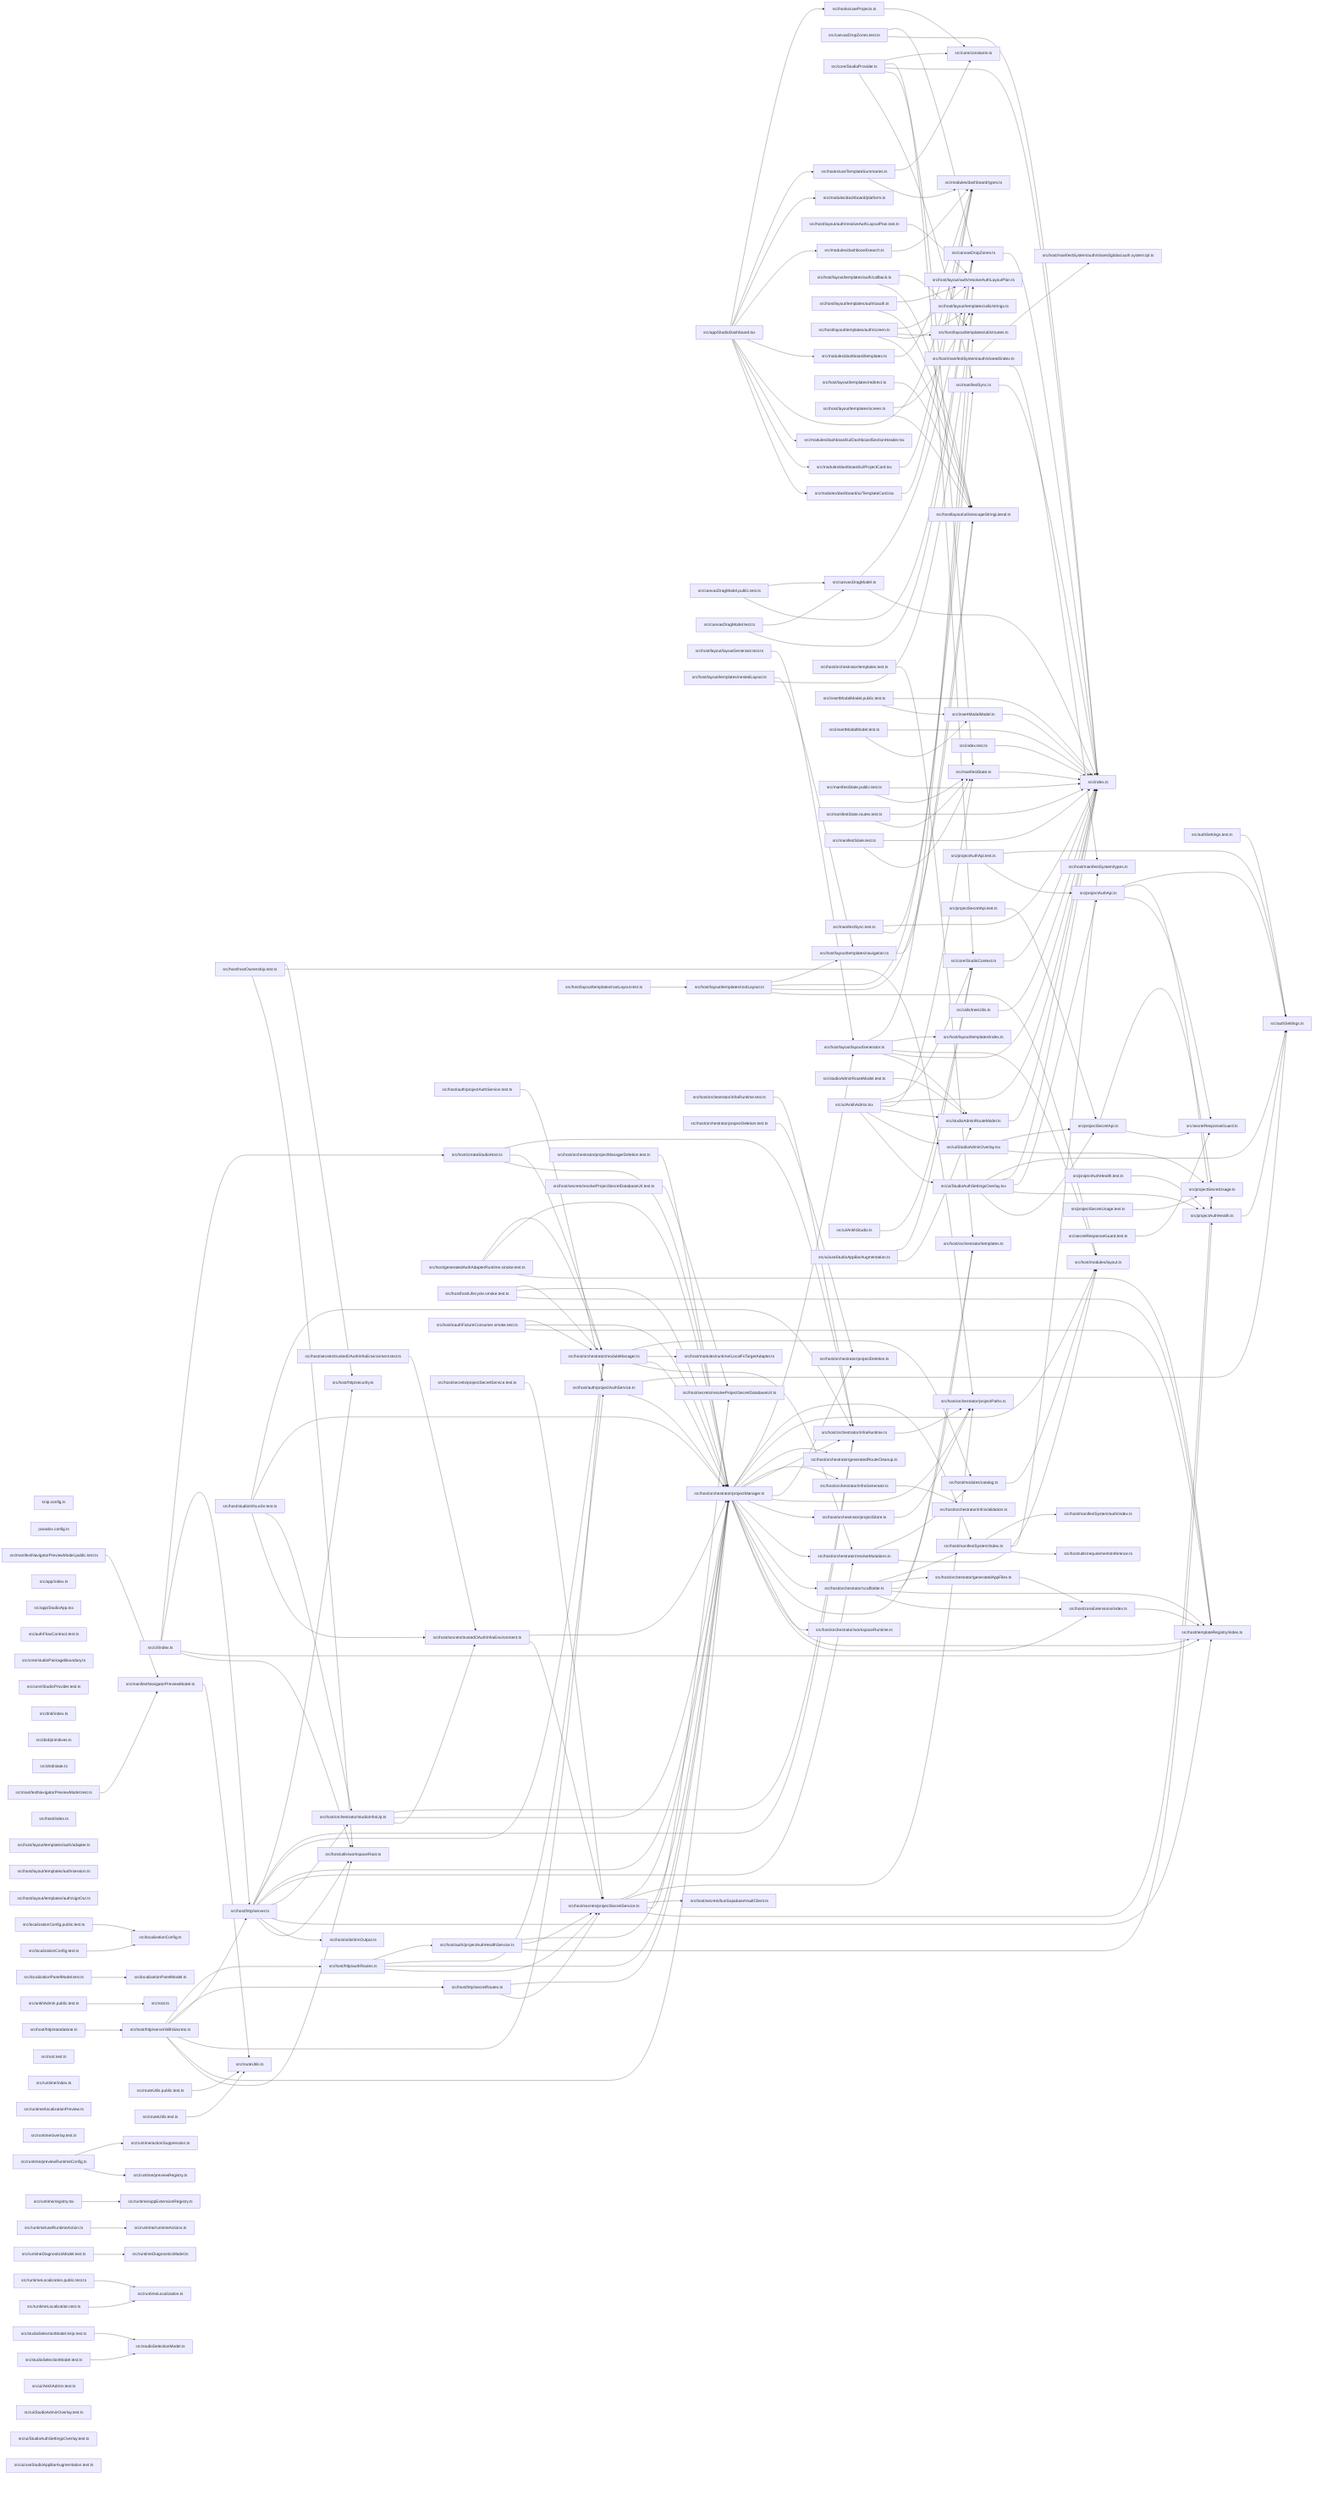
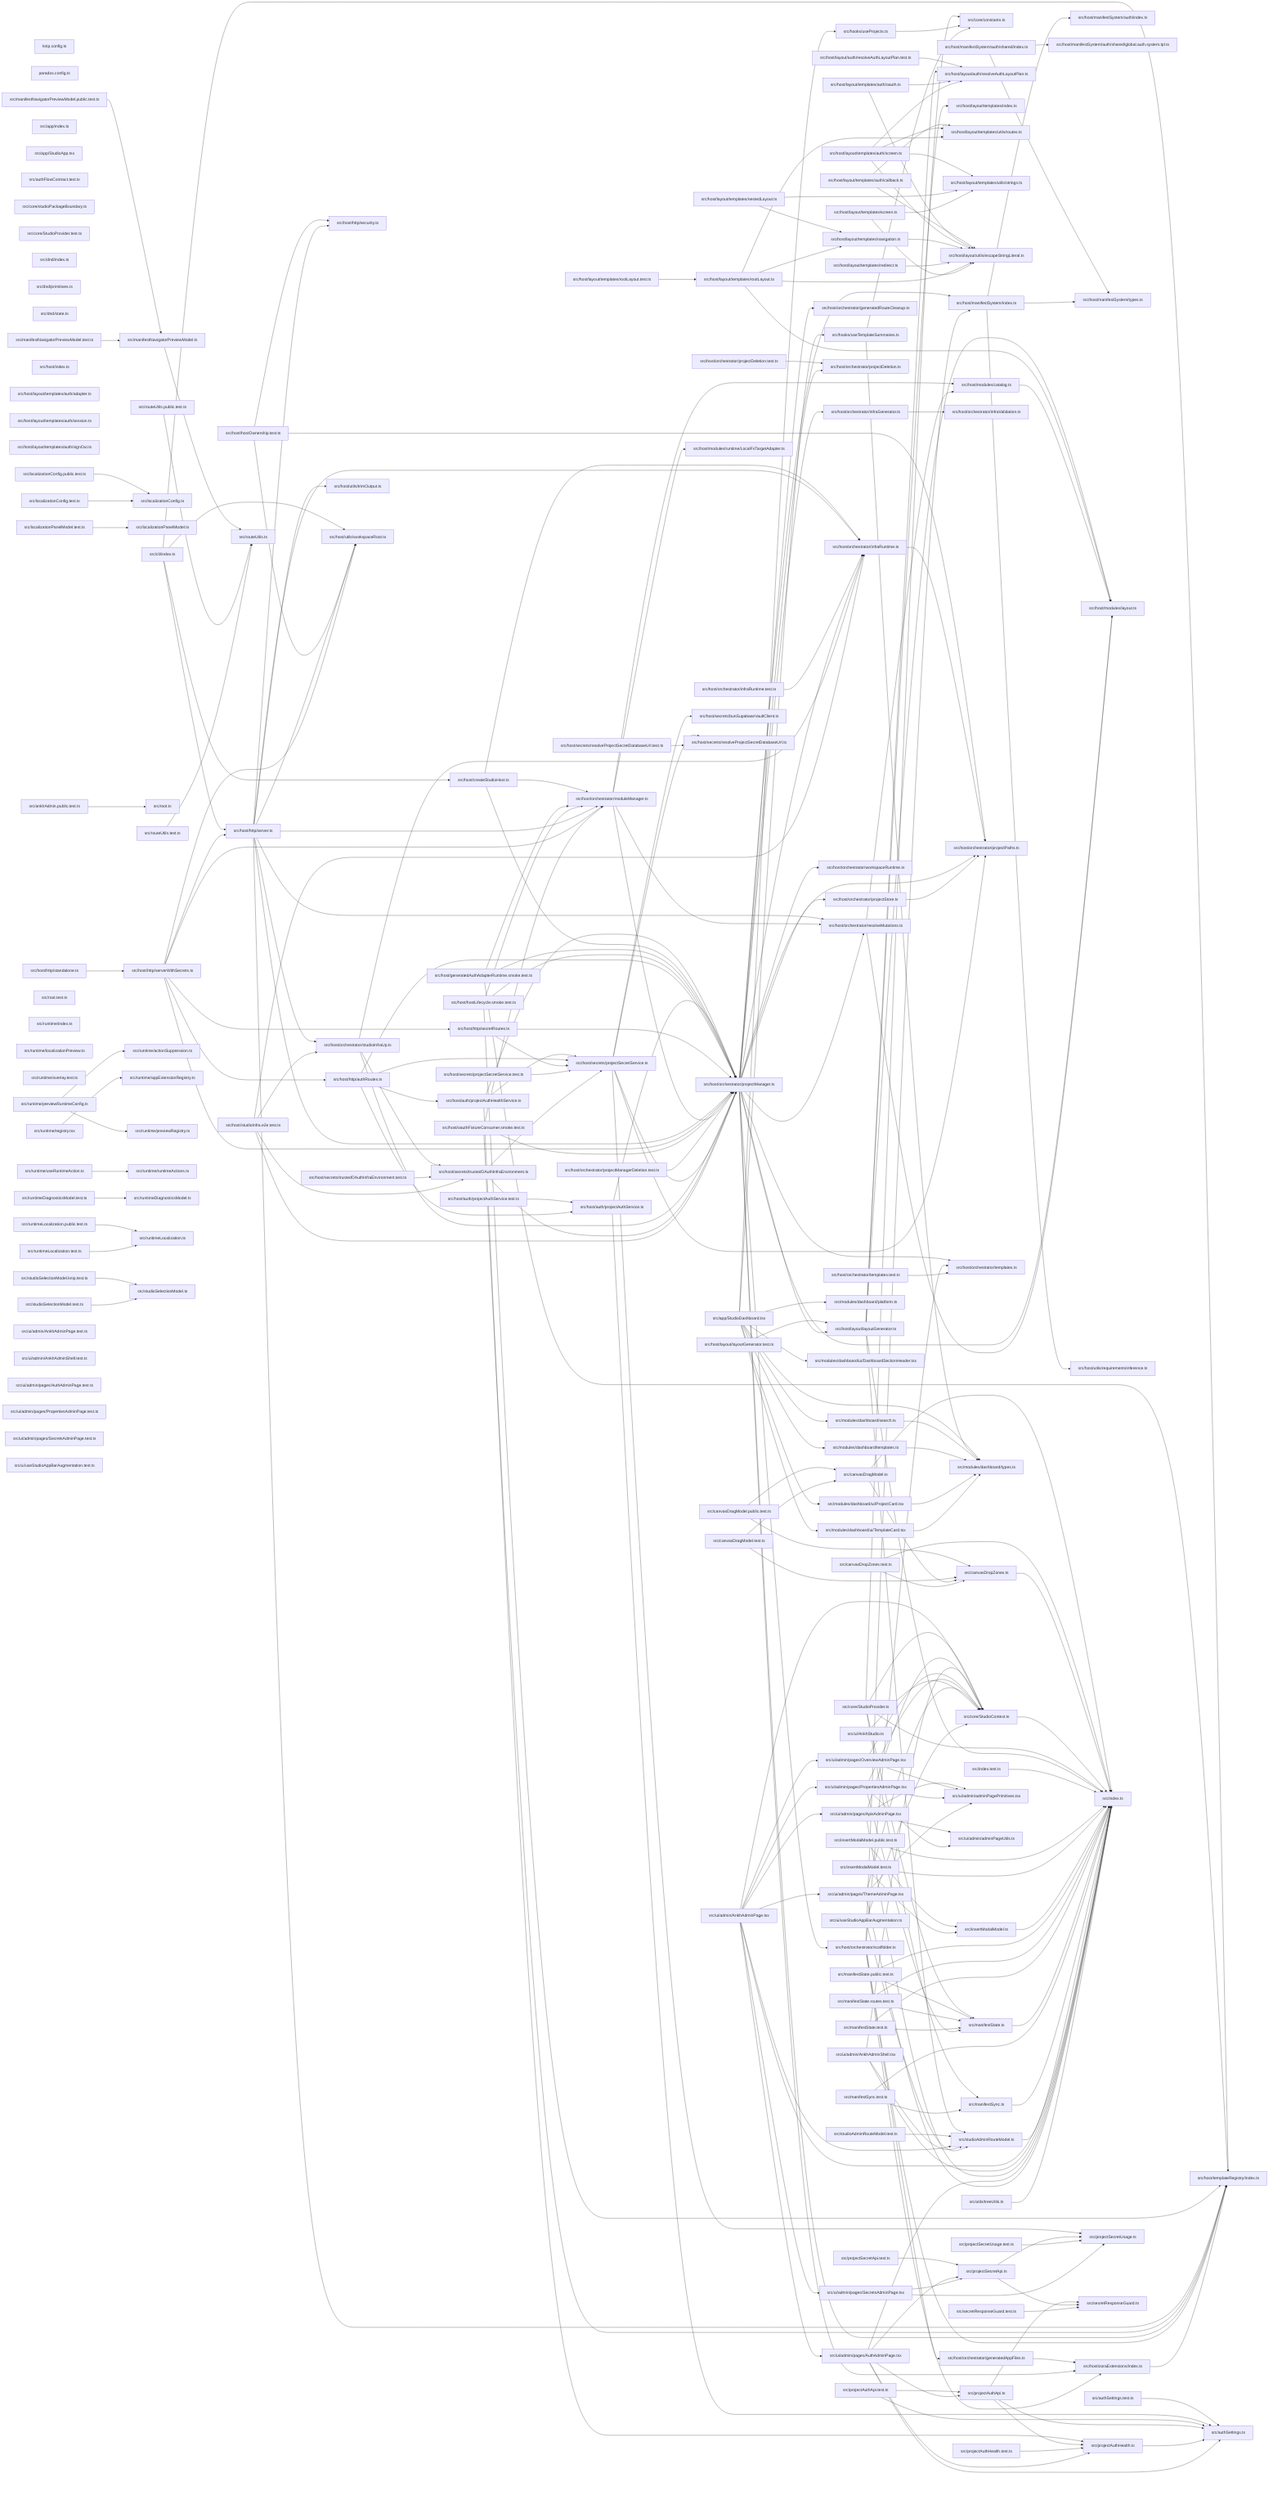
graph LR
  module_knip_config_ts["knip.config.ts"]
  module_paradox_config_ts["paradox.config.ts"]
  module_src_ankhAdmin_public_test_ts["src/ankhAdmin.public.test.ts"]
  module_src_app_index_ts["src/app/index.ts"]
  module_src_app_StudioApp_tsx["src/app/StudioApp.tsx"]
  module_src_app_StudioDashboard_tsx["src/app/StudioDashboard.tsx"]
  module_src_authFlowContract_test_ts["src/authFlowContract.test.ts"]
  module_src_authSettings_test_ts["src/authSettings.test.ts"]
  module_src_authSettings_ts["src/authSettings.ts"]
  module_src_canvasDragModel_public_test_ts["src/canvasDragModel.public.test.ts"]
  module_src_canvasDragModel_test_ts["src/canvasDragModel.test.ts"]
  module_src_canvasDragModel_ts["src/canvasDragModel.ts"]
  module_src_canvasDropZones_test_ts["src/canvasDropZones.test.ts"]
  module_src_canvasDropZones_ts["src/canvasDropZones.ts"]
  module_src_cli_index_ts["src/cli/index.ts"]
  module_src_core_constants_ts["src/core/constants.ts"]
  module_src_core_StudioContext_ts["src/core/StudioContext.ts"]
  module_src_core_studioPackageBoundary_ts["src/core/studioPackageBoundary.ts"]
  module_src_core_StudioProvider_test_ts["src/core/StudioProvider.test.ts"]
  module_src_core_StudioProvider_ts["src/core/StudioProvider.ts"]
  module_src_dnd_index_ts["src/dnd/index.ts"]
  module_src_dnd_primitives_ts["src/dnd/primitives.ts"]
  module_src_dnd_state_ts["src/dnd/state.ts"]
  module_src_hooks_useProjects_ts["src/hooks/useProjects.ts"]
  module_src_hooks_useTemplateSummaries_ts["src/hooks/useTemplateSummaries.ts"]
  module_src_host_auth_projectAuthHealthService_ts["src/host/auth/projectAuthHealthService.ts"]
  module_src_host_auth_projectAuthService_test_ts["src/host/auth/projectAuthService.test.ts"]
  module_src_host_auth_projectAuthService_ts["src/host/auth/projectAuthService.ts"]
  module_src_host_createStudioHost_ts["src/host/createStudioHost.ts"]
  module_src_host_generatedAuthAdapterRuntime_smoke_test_ts["src/host/generatedAuthAdapterRuntime.smoke.test.ts"]
  module_src_host_hostLifecycle_smoke_test_ts["src/host/hostLifecycle.smoke.test.ts"]
  module_src_host_hostOwnership_test_ts["src/host/hostOwnership.test.ts"]
  module_src_host_http_authRoutes_ts["src/host/http/authRoutes.ts"]
  module_src_host_http_secretRoutes_ts["src/host/http/secretRoutes.ts"]
  module_src_host_http_security_ts["src/host/http/security.ts"]
  module_src_host_http_server_ts["src/host/http/server.ts"]
  module_src_host_http_serverWithSecrets_ts["src/host/http/serverWithSecrets.ts"]
  module_src_host_http_standalone_ts["src/host/http/standalone.ts"]
  module_src_host_index_ts["src/host/index.ts"]
  module_src_host_layout_auth_resolveAuthLayoutPlan_test_ts["src/host/layout/auth/resolveAuthLayoutPlan.test.ts"]
  module_src_host_layout_auth_resolveAuthLayoutPlan_ts["src/host/layout/auth/resolveAuthLayoutPlan.ts"]
  module_src_host_layout_layoutGenerator_test_ts["src/host/layout/layoutGenerator.test.ts"]
  module_src_host_layout_layoutGenerator_ts["src/host/layout/layoutGenerator.ts"]
  module_src_host_layout_templates_auth_adapter_ts["src/host/layout/templates/auth/adapter.ts"]
  module_src_host_layout_templates_auth_callback_ts["src/host/layout/templates/auth/callback.ts"]
  module_src_host_layout_templates_auth_oauth_ts["src/host/layout/templates/auth/oauth.ts"]
  module_src_host_layout_templates_auth_screen_ts["src/host/layout/templates/auth/screen.ts"]
  module_src_host_layout_templates_auth_session_ts["src/host/layout/templates/auth/session.ts"]
  module_src_host_layout_templates_auth_signOut_ts["src/host/layout/templates/auth/signOut.ts"]
  module_src_host_layout_templates_index_ts["src/host/layout/templates/index.ts"]
  module_src_host_layout_templates_navigation_ts["src/host/layout/templates/navigation.ts"]
  module_src_host_layout_templates_nestedLayout_ts["src/host/layout/templates/nestedLayout.ts"]
  module_src_host_layout_templates_redirect_ts["src/host/layout/templates/redirect.ts"]
  module_src_host_layout_templates_rootLayout_test_ts["src/host/layout/templates/rootLayout.test.ts"]
  module_src_host_layout_templates_rootLayout_ts["src/host/layout/templates/rootLayout.ts"]
  module_src_host_layout_templates_screen_ts["src/host/layout/templates/screen.ts"]
  module_src_host_layout_templates_utils_routes_ts["src/host/layout/templates/utils/routes.ts"]
  module_src_host_layout_templates_utils_strings_ts["src/host/layout/templates/utils/strings.ts"]
  module_src_host_layout_utils_escapeStringLiteral_ts["src/host/layout/utils/escapeStringLiteral.ts"]
  module_src_host_manifestSystem_auth_index_ts["src/host/manifestSystem/auth/index.ts"]
  module_src_host_manifestSystem_auth_shared_global_auth_system_tpl_ts["src/host/manifestSystem/auth/shared/global.auth.system.tpl.ts"]
  module_src_host_manifestSystem_auth_shared_index_ts["src/host/manifestSystem/auth/shared/index.ts"]
  module_src_host_manifestSystem_index_ts["src/host/manifestSystem/index.ts"]
  module_src_host_manifestSystem_types_ts["src/host/manifestSystem/types.ts"]
  module_src_host_modules_catalog_ts["src/host/modules/catalog.ts"]
  module_src_host_modules_layout_ts["src/host/modules/layout.ts"]
  module_src_host_modules_runtime_LocalFsTargetAdapter_ts["src/host/modules/runtime/LocalFsTargetAdapter.ts"]
  module_src_host_oauthFixtureConsumer_smoke_test_ts["src/host/oauthFixtureConsumer.smoke.test.ts"]
  module_src_host_orchestrator_generatedAppFiles_ts["src/host/orchestrator/generatedAppFiles.ts"]
  module_src_host_orchestrator_generatedRouteCleanup_ts["src/host/orchestrator/generatedRouteCleanup.ts"]
  module_src_host_orchestrator_infraGenerator_ts["src/host/orchestrator/infraGenerator.ts"]
  module_src_host_orchestrator_infraRuntime_test_ts["src/host/orchestrator/infraRuntime.test.ts"]
  module_src_host_orchestrator_infraRuntime_ts["src/host/orchestrator/infraRuntime.ts"]
  module_src_host_orchestrator_infraValidation_ts["src/host/orchestrator/infraValidation.ts"]
  module_src_host_orchestrator_moduleManager_ts["src/host/orchestrator/moduleManager.ts"]
  module_src_host_orchestrator_projectDeletion_test_ts["src/host/orchestrator/projectDeletion.test.ts"]
  module_src_host_orchestrator_projectDeletion_ts["src/host/orchestrator/projectDeletion.ts"]
  module_src_host_orchestrator_projectManager_ts["src/host/orchestrator/projectManager.ts"]
  module_src_host_orchestrator_projectManagerDeletion_test_ts["src/host/orchestrator/projectManagerDeletion.test.ts"]
  module_src_host_orchestrator_projectPaths_ts["src/host/orchestrator/projectPaths.ts"]
  module_src_host_orchestrator_projectStore_ts["src/host/orchestrator/projectStore.ts"]
  module_src_host_orchestrator_resolveMutations_ts["src/host/orchestrator/resolveMutations.ts"]
  module_src_host_orchestrator_scaffolder_ts["src/host/orchestrator/scaffolder.ts"]
  module_src_host_orchestrator_studioInfraUp_ts["src/host/orchestrator/studioInfraUp.ts"]
  module_src_host_orchestrator_templates_test_ts["src/host/orchestrator/templates.test.ts"]
  module_src_host_orchestrator_templates_ts["src/host/orchestrator/templates.ts"]
  module_src_host_orchestrator_workspaceRuntime_ts["src/host/orchestrator/workspaceRuntime.ts"]
  module_src_host_secrets_bunSupabaseVaultClient_ts["src/host/secrets/bunSupabaseVaultClient.ts"]
  module_src_host_secrets_projectSecretService_test_ts["src/host/secrets/projectSecretService.test.ts"]
  module_src_host_secrets_projectSecretService_ts["src/host/secrets/projectSecretService.ts"]
  module_src_host_secrets_resolveProjectSecretDatabaseUrl_test_ts["src/host/secrets/resolveProjectSecretDatabaseUrl.test.ts"]
  module_src_host_secrets_resolveProjectSecretDatabaseUrl_ts["src/host/secrets/resolveProjectSecretDatabaseUrl.ts"]
  module_src_host_secrets_trustedOAuthInfraEnvironment_test_ts["src/host/secrets/trustedOAuthInfraEnvironment.test.ts"]
  module_src_host_secrets_trustedOAuthInfraEnvironment_ts["src/host/secrets/trustedOAuthInfraEnvironment.ts"]
  module_src_host_studioInfra_e2e_test_ts["src/host/studioInfra.e2e.test.ts"]
  module_src_host_templateRegistry_index_ts["src/host/templateRegistry/index.ts"]
  module_src_host_utils_requirementsInference_ts["src/host/utils/requirementsInference.ts"]
  module_src_host_utils_trimOutput_ts["src/host/utils/trimOutput.ts"]
  module_src_host_utils_workspaceRoot_ts["src/host/utils/workspaceRoot.ts"]
  module_src_host_zoraExtensions_index_ts["src/host/zoraExtensions/index.ts"]
  module_src_index_test_ts["src/index.test.ts"]
  module_src_index_ts["src/index.ts"]
  module_src_insertModalModel_public_test_ts["src/insertModalModel.public.test.ts"]
  module_src_insertModalModel_test_ts["src/insertModalModel.test.ts"]
  module_src_insertModalModel_ts["src/insertModalModel.ts"]
  module_src_localizationConfig_public_test_ts["src/localizationConfig.public.test.ts"]
  module_src_localizationConfig_test_ts["src/localizationConfig.test.ts"]
  module_src_localizationConfig_ts["src/localizationConfig.ts"]
  module_src_localizationPanelModel_test_ts["src/localizationPanelModel.test.ts"]
  module_src_localizationPanelModel_ts["src/localizationPanelModel.ts"]
  module_src_manifestNavigatorPreviewModel_public_test_ts["src/manifestNavigatorPreviewModel.public.test.ts"]
  module_src_manifestNavigatorPreviewModel_test_ts["src/manifestNavigatorPreviewModel.test.ts"]
  module_src_manifestNavigatorPreviewModel_ts["src/manifestNavigatorPreviewModel.ts"]
  module_src_manifestState_public_test_ts["src/manifestState.public.test.ts"]
  module_src_manifestState_routes_test_ts["src/manifestState.routes.test.ts"]
  module_src_manifestState_test_ts["src/manifestState.test.ts"]
  module_src_manifestState_ts["src/manifestState.ts"]
  module_src_manifestSync_test_ts["src/manifestSync.test.ts"]
  module_src_manifestSync_ts["src/manifestSync.ts"]
  module_src_modules_dashboard_platform_ts["src/modules/dashboard/platform.ts"]
  module_src_modules_dashboard_search_ts["src/modules/dashboard/search.ts"]
  module_src_modules_dashboard_templates_ts["src/modules/dashboard/templates.ts"]
  module_src_modules_dashboard_types_ts["src/modules/dashboard/types.ts"]
  module_src_modules_dashboard_ui_DashboardSectionHeader_tsx["src/modules/dashboard/ui/DashboardSectionHeader.tsx"]
  module_src_modules_dashboard_ui_ProjectCard_tsx["src/modules/dashboard/ui/ProjectCard.tsx"]
  module_src_modules_dashboard_ui_TemplateCard_tsx["src/modules/dashboard/ui/TemplateCard.tsx"]
  module_src_projectAuthApi_test_ts["src/projectAuthApi.test.ts"]
  module_src_projectAuthApi_ts["src/projectAuthApi.ts"]
  module_src_projectAuthHealth_test_ts["src/projectAuthHealth.test.ts"]
  module_src_projectAuthHealth_ts["src/projectAuthHealth.ts"]
  module_src_projectSecretApi_test_ts["src/projectSecretApi.test.ts"]
  module_src_projectSecretApi_ts["src/projectSecretApi.ts"]
  module_src_projectSecretUsage_test_ts["src/projectSecretUsage.test.ts"]
  module_src_projectSecretUsage_ts["src/projectSecretUsage.ts"]
  module_src_root_test_ts["src/root.test.ts"]
  module_src_root_ts["src/root.ts"]
  module_src_routeUtils_public_test_ts["src/routeUtils.public.test.ts"]
  module_src_routeUtils_test_ts["src/routeUtils.test.ts"]
  module_src_routeUtils_ts["src/routeUtils.ts"]
  module_src_runtime_actionSuppression_ts["src/runtime/actionSuppression.ts"]
  module_src_runtime_appExtensionRegistry_ts["src/runtime/appExtensionRegistry.ts"]
  module_src_runtime_index_ts["src/runtime/index.ts"]
  module_src_runtime_localizationPreview_ts["src/runtime/localizationPreview.ts"]
  module_src_runtime_overlay_test_ts["src/runtime/overlay.test.ts"]
  module_src_runtime_previewRegistry_ts["src/runtime/previewRegistry.ts"]
  module_src_runtime_previewRuntimeConfig_ts["src/runtime/previewRuntimeConfig.ts"]
  module_src_runtime_registry_tsx["src/runtime/registry.tsx"]
  module_src_runtime_runtimeActions_ts["src/runtime/runtimeActions.ts"]
  module_src_runtime_useRuntimeAction_ts["src/runtime/useRuntimeAction.ts"]
  module_src_runtimeDiagnosticsModel_test_ts["src/runtimeDiagnosticsModel.test.ts"]
  module_src_runtimeDiagnosticsModel_ts["src/runtimeDiagnosticsModel.ts"]
  module_src_runtimeLocalization_public_test_ts["src/runtimeLocalization.public.test.ts"]
  module_src_runtimeLocalization_test_ts["src/runtimeLocalization.test.ts"]
  module_src_runtimeLocalization_ts["src/runtimeLocalization.ts"]
  module_src_secretResponseGuard_test_ts["src/secretResponseGuard.test.ts"]
  module_src_secretResponseGuard_ts["src/secretResponseGuard.ts"]
  module_src_studioAdminRouteModel_test_ts["src/studioAdminRouteModel.test.ts"]
  module_src_studioAdminRouteModel_ts["src/studioAdminRouteModel.ts"]
  module_src_studioSelectionModel_knip_test_ts["src/studioSelectionModel.knip.test.ts"]
  module_src_studioSelectionModel_test_ts["src/studioSelectionModel.test.ts"]
  module_src_studioSelectionModel_ts["src/studioSelectionModel.ts"]
-   module_src_ui_AnkhAdmin_test_ts["src/ui/AnkhAdmin.test.ts"]
-   module_src_ui_AnkhAdmin_tsx["src/ui/AnkhAdmin.tsx"]
+   module_src_ui_admin_adminPagePrimitives_tsx["src/ui/admin/adminPagePrimitives.tsx"]
+   module_src_ui_admin_adminPageUtils_ts["src/ui/admin/adminPageUtils.ts"]
+   module_src_ui_admin_AnkhAdminPage_test_ts["src/ui/admin/AnkhAdminPage.test.ts"]
+   module_src_ui_admin_AnkhAdminPage_tsx["src/ui/admin/AnkhAdminPage.tsx"]
+   module_src_ui_admin_AnkhAdminShell_test_ts["src/ui/admin/AnkhAdminShell.test.ts"]
+   module_src_ui_admin_AnkhAdminShell_tsx["src/ui/admin/AnkhAdminShell.tsx"]
+   module_src_ui_admin_pages_ApisAdminPage_tsx["src/ui/admin/pages/ApisAdminPage.tsx"]
+   module_src_ui_admin_pages_AuthAdminPage_test_ts["src/ui/admin/pages/AuthAdminPage.test.ts"]
+   module_src_ui_admin_pages_AuthAdminPage_tsx["src/ui/admin/pages/AuthAdminPage.tsx"]
+   module_src_ui_admin_pages_OverviewAdminPage_tsx["src/ui/admin/pages/OverviewAdminPage.tsx"]
+   module_src_ui_admin_pages_PropertiesAdminPage_test_ts["src/ui/admin/pages/PropertiesAdminPage.test.ts"]
+   module_src_ui_admin_pages_PropertiesAdminPage_tsx["src/ui/admin/pages/PropertiesAdminPage.tsx"]
+   module_src_ui_admin_pages_SecretsAdminPage_test_ts["src/ui/admin/pages/SecretsAdminPage.test.ts"]
+   module_src_ui_admin_pages_SecretsAdminPage_tsx["src/ui/admin/pages/SecretsAdminPage.tsx"]
+   module_src_ui_admin_pages_ThemeAdminPage_tsx["src/ui/admin/pages/ThemeAdminPage.tsx"]
  module_src_ui_AnkhStudio_ts["src/ui/AnkhStudio.ts"]
-   module_src_ui_StudioAdminOverlay_test_ts["src/ui/StudioAdminOverlay.test.ts"]
-   module_src_ui_StudioAdminOverlay_tsx["src/ui/StudioAdminOverlay.tsx"]
-   module_src_ui_StudioAuthSettingsOverlay_test_ts["src/ui/StudioAuthSettingsOverlay.test.ts"]
-   module_src_ui_StudioAuthSettingsOverlay_tsx["src/ui/StudioAuthSettingsOverlay.tsx"]
  module_src_ui_useStudioAppBarAugmentation_test_ts["src/ui/useStudioAppBarAugmentation.test.ts"]
  module_src_ui_useStudioAppBarAugmentation_ts["src/ui/useStudioAppBarAugmentation.ts"]
  module_src_utils_treeUtils_ts["src/utils/treeUtils.ts"]
  module_src_ankhAdmin_public_test_ts --> module_src_root_ts
  module_src_app_StudioDashboard_tsx --> module_src_hooks_useProjects_ts
  module_src_app_StudioDashboard_tsx --> module_src_hooks_useTemplateSummaries_ts
  module_src_app_StudioDashboard_tsx --> module_src_modules_dashboard_platform_ts
  module_src_app_StudioDashboard_tsx --> module_src_modules_dashboard_search_ts
  module_src_app_StudioDashboard_tsx --> module_src_modules_dashboard_templates_ts
  module_src_app_StudioDashboard_tsx --> module_src_modules_dashboard_types_ts
  module_src_app_StudioDashboard_tsx --> module_src_modules_dashboard_ui_DashboardSectionHeader_tsx
  module_src_app_StudioDashboard_tsx --> module_src_modules_dashboard_ui_ProjectCard_tsx
  module_src_app_StudioDashboard_tsx --> module_src_modules_dashboard_ui_TemplateCard_tsx
  module_src_authSettings_test_ts --> module_src_authSettings_ts
  module_src_canvasDragModel_public_test_ts --> module_src_canvasDragModel_ts
  module_src_canvasDragModel_public_test_ts --> module_src_canvasDropZones_ts
  module_src_canvasDragModel_test_ts --> module_src_canvasDragModel_ts
  module_src_canvasDragModel_test_ts --> module_src_canvasDropZones_ts
  module_src_canvasDragModel_ts --> module_src_canvasDropZones_ts
  module_src_canvasDragModel_ts --> module_src_index_ts
  module_src_canvasDropZones_test_ts --> module_src_canvasDropZones_ts
  module_src_canvasDropZones_test_ts --> module_src_index_ts
  module_src_canvasDropZones_ts --> module_src_index_ts
  module_src_cli_index_ts --> module_src_host_createStudioHost_ts
  module_src_cli_index_ts --> module_src_host_http_server_ts
  module_src_cli_index_ts --> module_src_host_templateRegistry_index_ts
  module_src_cli_index_ts --> module_src_host_utils_workspaceRoot_ts
  module_src_core_StudioContext_ts --> module_src_index_ts
  module_src_core_StudioProvider_ts --> module_src_core_constants_ts
  module_src_core_StudioProvider_ts --> module_src_core_StudioContext_ts
  module_src_core_StudioProvider_ts --> module_src_index_ts
  module_src_core_StudioProvider_ts --> module_src_manifestState_ts
  module_src_core_StudioProvider_ts --> module_src_manifestSync_ts
  module_src_hooks_useProjects_ts --> module_src_core_constants_ts
  module_src_hooks_useTemplateSummaries_ts --> module_src_core_constants_ts
  module_src_hooks_useTemplateSummaries_ts --> module_src_modules_dashboard_types_ts
  module_src_host_auth_projectAuthHealthService_ts --> module_src_host_orchestrator_projectManager_ts
  module_src_host_auth_projectAuthHealthService_ts --> module_src_host_secrets_projectSecretService_ts
  module_src_host_auth_projectAuthHealthService_ts --> module_src_projectAuthHealth_ts
  module_src_host_auth_projectAuthService_test_ts --> module_src_host_auth_projectAuthService_ts
  module_src_host_auth_projectAuthService_ts --> module_src_authSettings_ts
  module_src_host_auth_projectAuthService_ts --> module_src_host_orchestrator_projectManager_ts
  module_src_host_createStudioHost_ts --> module_src_host_orchestrator_infraRuntime_ts
  module_src_host_createStudioHost_ts --> module_src_host_orchestrator_moduleManager_ts
  module_src_host_createStudioHost_ts --> module_src_host_orchestrator_projectManager_ts
  module_src_host_generatedAuthAdapterRuntime_smoke_test_ts --> module_src_host_orchestrator_moduleManager_ts
  module_src_host_generatedAuthAdapterRuntime_smoke_test_ts --> module_src_host_orchestrator_projectManager_ts
  module_src_host_generatedAuthAdapterRuntime_smoke_test_ts --> module_src_host_templateRegistry_index_ts
  module_src_host_hostLifecycle_smoke_test_ts --> module_src_host_orchestrator_moduleManager_ts
  module_src_host_hostLifecycle_smoke_test_ts --> module_src_host_orchestrator_projectManager_ts
  module_src_host_hostLifecycle_smoke_test_ts --> module_src_host_templateRegistry_index_ts
  module_src_host_hostOwnership_test_ts --> module_src_host_http_security_ts
  module_src_host_hostOwnership_test_ts --> module_src_host_orchestrator_projectPaths_ts
  module_src_host_hostOwnership_test_ts --> module_src_host_utils_workspaceRoot_ts
  module_src_host_http_authRoutes_ts --> module_src_host_auth_projectAuthHealthService_ts
  module_src_host_http_authRoutes_ts --> module_src_host_auth_projectAuthService_ts
  module_src_host_http_authRoutes_ts --> module_src_host_orchestrator_projectManager_ts
  module_src_host_http_authRoutes_ts --> module_src_host_secrets_projectSecretService_ts
  module_src_host_http_secretRoutes_ts --> module_src_host_orchestrator_projectManager_ts
  module_src_host_http_secretRoutes_ts --> module_src_host_secrets_projectSecretService_ts
  module_src_host_http_server_ts --> module_src_host_http_security_ts
  module_src_host_http_server_ts --> module_src_host_orchestrator_infraRuntime_ts
  module_src_host_http_server_ts --> module_src_host_orchestrator_moduleManager_ts
  module_src_host_http_server_ts --> module_src_host_orchestrator_projectManager_ts
  module_src_host_http_server_ts --> module_src_host_orchestrator_resolveMutations_ts
  module_src_host_http_server_ts --> module_src_host_orchestrator_studioInfraUp_ts
  module_src_host_http_server_ts --> module_src_host_templateRegistry_index_ts
  module_src_host_http_server_ts --> module_src_host_utils_trimOutput_ts
  module_src_host_http_server_ts --> module_src_host_utils_workspaceRoot_ts
  module_src_host_http_serverWithSecrets_ts --> module_src_host_http_authRoutes_ts
  module_src_host_http_serverWithSecrets_ts --> module_src_host_http_secretRoutes_ts
  module_src_host_http_serverWithSecrets_ts --> module_src_host_http_server_ts
  module_src_host_http_serverWithSecrets_ts --> module_src_host_orchestrator_moduleManager_ts
  module_src_host_http_serverWithSecrets_ts --> module_src_host_orchestrator_projectManager_ts
  module_src_host_http_serverWithSecrets_ts --> module_src_host_utils_workspaceRoot_ts
  module_src_host_http_standalone_ts --> module_src_host_http_serverWithSecrets_ts
  module_src_host_layout_auth_resolveAuthLayoutPlan_test_ts --> module_src_host_layout_auth_resolveAuthLayoutPlan_ts
  module_src_host_layout_layoutGenerator_test_ts --> module_src_host_layout_layoutGenerator_ts
  module_src_host_layout_layoutGenerator_ts --> module_src_host_layout_auth_resolveAuthLayoutPlan_ts
  module_src_host_layout_layoutGenerator_ts --> module_src_host_layout_templates_index_ts
  module_src_host_layout_layoutGenerator_ts --> module_src_host_modules_layout_ts
  module_src_host_layout_layoutGenerator_ts --> module_src_index_ts
  module_src_host_layout_layoutGenerator_ts --> module_src_studioAdminRouteModel_ts
  module_src_host_layout_templates_auth_callback_ts --> module_src_host_layout_templates_utils_routes_ts
  module_src_host_layout_templates_auth_callback_ts --> module_src_host_layout_utils_escapeStringLiteral_ts
  module_src_host_layout_templates_auth_oauth_ts --> module_src_host_layout_auth_resolveAuthLayoutPlan_ts
  module_src_host_layout_templates_auth_oauth_ts --> module_src_host_layout_utils_escapeStringLiteral_ts
  module_src_host_layout_templates_auth_screen_ts --> module_src_host_layout_auth_resolveAuthLayoutPlan_ts
  module_src_host_layout_templates_auth_screen_ts --> module_src_host_layout_templates_utils_routes_ts
  module_src_host_layout_templates_auth_screen_ts --> module_src_host_layout_templates_utils_strings_ts
  module_src_host_layout_templates_auth_screen_ts --> module_src_host_layout_utils_escapeStringLiteral_ts
  module_src_host_layout_templates_navigation_ts --> module_src_host_layout_utils_escapeStringLiteral_ts
  module_src_host_layout_templates_nestedLayout_ts --> module_src_host_layout_templates_navigation_ts
  module_src_host_layout_templates_nestedLayout_ts --> module_src_host_layout_templates_utils_strings_ts
  module_src_host_layout_templates_redirect_ts --> module_src_host_layout_utils_escapeStringLiteral_ts
  module_src_host_layout_templates_rootLayout_test_ts --> module_src_host_layout_templates_rootLayout_ts
  module_src_host_layout_templates_rootLayout_ts --> module_src_host_layout_templates_navigation_ts
  module_src_host_layout_templates_rootLayout_ts --> module_src_host_layout_templates_utils_routes_ts
  module_src_host_layout_templates_rootLayout_ts --> module_src_host_layout_utils_escapeStringLiteral_ts
  module_src_host_layout_templates_rootLayout_ts --> module_src_host_modules_layout_ts
  module_src_host_layout_templates_screen_ts --> module_src_host_layout_templates_utils_strings_ts
  module_src_host_layout_templates_screen_ts --> module_src_host_layout_utils_escapeStringLiteral_ts
  module_src_host_manifestSystem_auth_shared_index_ts --> module_src_host_manifestSystem_auth_shared_global_auth_system_tpl_ts
  module_src_host_manifestSystem_auth_shared_index_ts --> module_src_host_manifestSystem_types_ts
  module_src_host_manifestSystem_index_ts --> module_src_host_manifestSystem_auth_index_ts
  module_src_host_manifestSystem_index_ts --> module_src_host_manifestSystem_types_ts
  module_src_host_manifestSystem_index_ts --> module_src_host_utils_requirementsInference_ts
  module_src_host_modules_catalog_ts --> module_src_host_modules_layout_ts
  module_src_host_oauthFixtureConsumer_smoke_test_ts --> module_src_host_orchestrator_moduleManager_ts
  module_src_host_oauthFixtureConsumer_smoke_test_ts --> module_src_host_orchestrator_projectManager_ts
  module_src_host_oauthFixtureConsumer_smoke_test_ts --> module_src_host_templateRegistry_index_ts
  module_src_host_orchestrator_generatedAppFiles_ts --> module_src_host_zoraExtensions_index_ts
  module_src_host_orchestrator_infraGenerator_ts --> module_src_host_orchestrator_infraValidation_ts
  module_src_host_orchestrator_infraRuntime_test_ts --> module_src_host_orchestrator_infraRuntime_ts
  module_src_host_orchestrator_infraRuntime_ts --> module_src_host_orchestrator_projectPaths_ts
  module_src_host_orchestrator_moduleManager_ts --> module_src_host_modules_catalog_ts
  module_src_host_orchestrator_moduleManager_ts --> module_src_host_modules_runtime_LocalFsTargetAdapter_ts
  module_src_host_orchestrator_moduleManager_ts --> module_src_host_orchestrator_projectManager_ts
  module_src_host_orchestrator_moduleManager_ts --> module_src_host_orchestrator_resolveMutations_ts
  module_src_host_orchestrator_projectDeletion_test_ts --> module_src_host_orchestrator_projectDeletion_ts
  module_src_host_orchestrator_projectManager_ts --> module_src_host_layout_layoutGenerator_ts
  module_src_host_orchestrator_projectManager_ts --> module_src_host_manifestSystem_index_ts
  module_src_host_orchestrator_projectManager_ts --> module_src_host_modules_layout_ts
  module_src_host_orchestrator_projectManager_ts --> module_src_host_orchestrator_generatedRouteCleanup_ts
  module_src_host_orchestrator_projectManager_ts --> module_src_host_orchestrator_infraGenerator_ts
  module_src_host_orchestrator_projectManager_ts --> module_src_host_orchestrator_infraRuntime_ts
  module_src_host_orchestrator_projectManager_ts --> module_src_host_orchestrator_projectDeletion_ts
  module_src_host_orchestrator_projectManager_ts --> module_src_host_orchestrator_projectPaths_ts
  module_src_host_orchestrator_projectManager_ts --> module_src_host_orchestrator_projectStore_ts
  module_src_host_orchestrator_projectManager_ts --> module_src_host_orchestrator_resolveMutations_ts
  module_src_host_orchestrator_projectManager_ts --> module_src_host_orchestrator_scaffolder_ts
  module_src_host_orchestrator_projectManager_ts --> module_src_host_orchestrator_templates_ts
  module_src_host_orchestrator_projectManager_ts --> module_src_host_orchestrator_workspaceRuntime_ts
  module_src_host_orchestrator_projectManager_ts --> module_src_host_templateRegistry_index_ts
  module_src_host_orchestrator_projectManager_ts --> module_src_host_zoraExtensions_index_ts
  module_src_host_orchestrator_projectManagerDeletion_test_ts --> module_src_host_orchestrator_projectManager_ts
  module_src_host_orchestrator_projectStore_ts --> module_src_host_orchestrator_projectPaths_ts
  module_src_host_orchestrator_resolveMutations_ts --> module_src_host_modules_catalog_ts
  module_src_host_orchestrator_resolveMutations_ts --> module_src_host_modules_layout_ts
  module_src_host_orchestrator_scaffolder_ts --> module_src_host_manifestSystem_index_ts
  module_src_host_orchestrator_scaffolder_ts --> module_src_host_orchestrator_generatedAppFiles_ts
  module_src_host_orchestrator_scaffolder_ts --> module_src_host_orchestrator_templates_ts
  module_src_host_orchestrator_scaffolder_ts --> module_src_host_templateRegistry_index_ts
  module_src_host_orchestrator_scaffolder_ts --> module_src_host_zoraExtensions_index_ts
  module_src_host_orchestrator_studioInfraUp_ts --> module_src_host_orchestrator_infraRuntime_ts
  module_src_host_orchestrator_studioInfraUp_ts --> module_src_host_orchestrator_projectManager_ts
  module_src_host_orchestrator_studioInfraUp_ts --> module_src_host_secrets_trustedOAuthInfraEnvironment_ts
  module_src_host_orchestrator_templates_test_ts --> module_src_host_orchestrator_templates_ts
  module_src_host_secrets_projectSecretService_test_ts --> module_src_host_secrets_projectSecretService_ts
  module_src_host_secrets_projectSecretService_ts --> module_src_host_orchestrator_projectManager_ts
  module_src_host_secrets_projectSecretService_ts --> module_src_host_orchestrator_projectPaths_ts
  module_src_host_secrets_projectSecretService_ts --> module_src_host_secrets_bunSupabaseVaultClient_ts
  module_src_host_secrets_projectSecretService_ts --> module_src_host_secrets_resolveProjectSecretDatabaseUrl_ts
  module_src_host_secrets_projectSecretService_ts --> module_src_projectSecretUsage_ts
  module_src_host_secrets_resolveProjectSecretDatabaseUrl_test_ts --> module_src_host_secrets_resolveProjectSecretDatabaseUrl_ts
  module_src_host_secrets_trustedOAuthInfraEnvironment_test_ts --> module_src_host_secrets_trustedOAuthInfraEnvironment_ts
  module_src_host_secrets_trustedOAuthInfraEnvironment_ts --> module_src_host_orchestrator_projectManager_ts
  module_src_host_secrets_trustedOAuthInfraEnvironment_ts --> module_src_host_secrets_projectSecretService_ts
  module_src_host_studioInfra_e2e_test_ts --> module_src_host_orchestrator_infraRuntime_ts
  module_src_host_studioInfra_e2e_test_ts --> module_src_host_orchestrator_projectManager_ts
  module_src_host_studioInfra_e2e_test_ts --> module_src_host_orchestrator_studioInfraUp_ts
  module_src_host_studioInfra_e2e_test_ts --> module_src_host_secrets_trustedOAuthInfraEnvironment_ts
  module_src_host_zoraExtensions_index_ts --> module_src_host_templateRegistry_index_ts
  module_src_index_test_ts --> module_src_index_ts
  module_src_insertModalModel_public_test_ts --> module_src_index_ts
  module_src_insertModalModel_public_test_ts --> module_src_insertModalModel_ts
  module_src_insertModalModel_test_ts --> module_src_index_ts
  module_src_insertModalModel_test_ts --> module_src_insertModalModel_ts
  module_src_insertModalModel_ts --> module_src_index_ts
  module_src_localizationConfig_public_test_ts --> module_src_localizationConfig_ts
  module_src_localizationConfig_test_ts --> module_src_localizationConfig_ts
  module_src_localizationPanelModel_test_ts --> module_src_localizationPanelModel_ts
  module_src_manifestNavigatorPreviewModel_public_test_ts --> module_src_manifestNavigatorPreviewModel_ts
  module_src_manifestNavigatorPreviewModel_test_ts --> module_src_manifestNavigatorPreviewModel_ts
  module_src_manifestNavigatorPreviewModel_ts --> module_src_routeUtils_ts
  module_src_manifestState_public_test_ts --> module_src_index_ts
  module_src_manifestState_public_test_ts --> module_src_manifestState_ts
  module_src_manifestState_routes_test_ts --> module_src_index_ts
  module_src_manifestState_routes_test_ts --> module_src_manifestState_ts
  module_src_manifestState_test_ts --> module_src_index_ts
  module_src_manifestState_test_ts --> module_src_manifestState_ts
  module_src_manifestState_ts --> module_src_index_ts
  module_src_manifestSync_test_ts --> module_src_index_ts
  module_src_manifestSync_test_ts --> module_src_manifestSync_ts
  module_src_manifestSync_ts --> module_src_index_ts
  module_src_modules_dashboard_search_ts --> module_src_modules_dashboard_types_ts
  module_src_modules_dashboard_templates_ts --> module_src_modules_dashboard_types_ts
  module_src_modules_dashboard_ui_ProjectCard_tsx --> module_src_modules_dashboard_types_ts
  module_src_modules_dashboard_ui_TemplateCard_tsx --> module_src_modules_dashboard_types_ts
  module_src_projectAuthApi_test_ts --> module_src_authSettings_ts
  module_src_projectAuthApi_test_ts --> module_src_projectAuthApi_ts
  module_src_projectAuthApi_ts --> module_src_authSettings_ts
  module_src_projectAuthApi_ts --> module_src_projectAuthHealth_ts
  module_src_projectAuthApi_ts --> module_src_secretResponseGuard_ts
  module_src_projectAuthHealth_test_ts --> module_src_projectAuthHealth_ts
  module_src_projectAuthHealth_ts --> module_src_authSettings_ts
  module_src_projectSecretApi_test_ts --> module_src_projectSecretApi_ts
  module_src_projectSecretApi_ts --> module_src_projectSecretUsage_ts
  module_src_projectSecretApi_ts --> module_src_secretResponseGuard_ts
  module_src_projectSecretUsage_test_ts --> module_src_projectSecretUsage_ts
  module_src_routeUtils_public_test_ts --> module_src_routeUtils_ts
  module_src_routeUtils_test_ts --> module_src_routeUtils_ts
  module_src_runtime_previewRuntimeConfig_ts --> module_src_runtime_actionSuppression_ts
  module_src_runtime_previewRuntimeConfig_ts --> module_src_runtime_previewRegistry_ts
  module_src_runtime_registry_tsx --> module_src_runtime_appExtensionRegistry_ts
  module_src_runtime_useRuntimeAction_ts --> module_src_runtime_runtimeActions_ts
  module_src_runtimeDiagnosticsModel_test_ts --> module_src_runtimeDiagnosticsModel_ts
  module_src_runtimeLocalization_public_test_ts --> module_src_runtimeLocalization_ts
  module_src_runtimeLocalization_test_ts --> module_src_runtimeLocalization_ts
  module_src_secretResponseGuard_test_ts --> module_src_secretResponseGuard_ts
  module_src_studioAdminRouteModel_test_ts --> module_src_studioAdminRouteModel_ts
  module_src_studioAdminRouteModel_ts --> module_src_index_ts
  module_src_studioSelectionModel_knip_test_ts --> module_src_studioSelectionModel_ts
  module_src_studioSelectionModel_test_ts --> module_src_studioSelectionModel_ts
-   module_src_ui_AnkhAdmin_tsx --> module_src_core_StudioContext_ts
-   module_src_ui_AnkhAdmin_tsx --> module_src_index_ts
-   module_src_ui_AnkhAdmin_tsx --> module_src_manifestState_ts
-   module_src_ui_AnkhAdmin_tsx --> module_src_studioAdminRouteModel_ts
-   module_src_ui_AnkhAdmin_tsx --> module_src_ui_StudioAdminOverlay_tsx
-   module_src_ui_AnkhAdmin_tsx --> module_src_ui_StudioAuthSettingsOverlay_tsx
+   module_src_ui_admin_AnkhAdminPage_tsx --> module_src_core_StudioContext_ts
+   module_src_ui_admin_AnkhAdminPage_tsx --> module_src_index_ts
+   module_src_ui_admin_AnkhAdminPage_tsx --> module_src_studioAdminRouteModel_ts
+   module_src_ui_admin_AnkhAdminPage_tsx --> module_src_ui_admin_pages_ApisAdminPage_tsx
+   module_src_ui_admin_AnkhAdminPage_tsx --> module_src_ui_admin_pages_AuthAdminPage_tsx
+   module_src_ui_admin_AnkhAdminPage_tsx --> module_src_ui_admin_pages_OverviewAdminPage_tsx
+   module_src_ui_admin_AnkhAdminPage_tsx --> module_src_ui_admin_pages_PropertiesAdminPage_tsx
+   module_src_ui_admin_AnkhAdminPage_tsx --> module_src_ui_admin_pages_SecretsAdminPage_tsx
+   module_src_ui_admin_AnkhAdminPage_tsx --> module_src_ui_admin_pages_ThemeAdminPage_tsx
+   module_src_ui_admin_AnkhAdminShell_tsx --> module_src_core_StudioContext_ts
+   module_src_ui_admin_AnkhAdminShell_tsx --> module_src_index_ts
+   module_src_ui_admin_AnkhAdminShell_tsx --> module_src_studioAdminRouteModel_ts
+   module_src_ui_admin_pages_ApisAdminPage_tsx --> module_src_core_StudioContext_ts
+   module_src_ui_admin_pages_ApisAdminPage_tsx --> module_src_index_ts
+   module_src_ui_admin_pages_ApisAdminPage_tsx --> module_src_ui_admin_adminPagePrimitives_tsx
+   module_src_ui_admin_pages_ApisAdminPage_tsx --> module_src_ui_admin_adminPageUtils_ts
+   module_src_ui_admin_pages_AuthAdminPage_tsx --> module_src_authSettings_ts
+   module_src_ui_admin_pages_AuthAdminPage_tsx --> module_src_index_ts
+   module_src_ui_admin_pages_AuthAdminPage_tsx --> module_src_projectAuthApi_ts
+   module_src_ui_admin_pages_AuthAdminPage_tsx --> module_src_projectAuthHealth_ts
+   module_src_ui_admin_pages_AuthAdminPage_tsx --> module_src_projectSecretApi_ts
+   module_src_ui_admin_pages_OverviewAdminPage_tsx --> module_src_core_StudioContext_ts
+   module_src_ui_admin_pages_OverviewAdminPage_tsx --> module_src_ui_admin_adminPagePrimitives_tsx
+   module_src_ui_admin_pages_PropertiesAdminPage_tsx --> module_src_core_StudioContext_ts
+   module_src_ui_admin_pages_PropertiesAdminPage_tsx --> module_src_manifestState_ts
+   module_src_ui_admin_pages_PropertiesAdminPage_tsx --> module_src_ui_admin_adminPagePrimitives_tsx
+   module_src_ui_admin_pages_PropertiesAdminPage_tsx --> module_src_ui_admin_adminPageUtils_ts
+   module_src_ui_admin_pages_SecretsAdminPage_tsx --> module_src_projectSecretApi_ts
+   module_src_ui_admin_pages_SecretsAdminPage_tsx --> module_src_projectSecretUsage_ts
+   module_src_ui_admin_pages_ThemeAdminPage_tsx --> module_src_core_StudioContext_ts
+   module_src_ui_admin_pages_ThemeAdminPage_tsx --> module_src_index_ts
+   module_src_ui_admin_pages_ThemeAdminPage_tsx --> module_src_ui_admin_adminPagePrimitives_tsx
  module_src_ui_AnkhStudio_ts --> module_src_core_StudioContext_ts
-   module_src_ui_StudioAdminOverlay_tsx --> module_src_projectSecretApi_ts
-   module_src_ui_StudioAdminOverlay_tsx --> module_src_projectSecretUsage_ts
-   module_src_ui_StudioAuthSettingsOverlay_tsx --> module_src_authSettings_ts
-   module_src_ui_StudioAuthSettingsOverlay_tsx --> module_src_index_ts
-   module_src_ui_StudioAuthSettingsOverlay_tsx --> module_src_projectAuthApi_ts
-   module_src_ui_StudioAuthSettingsOverlay_tsx --> module_src_projectAuthHealth_ts
-   module_src_ui_StudioAuthSettingsOverlay_tsx --> module_src_projectSecretApi_ts
  module_src_ui_useStudioAppBarAugmentation_ts --> module_src_core_StudioContext_ts
  module_src_ui_useStudioAppBarAugmentation_ts --> module_src_studioAdminRouteModel_ts
  module_src_utils_treeUtils_ts --> module_src_index_ts
